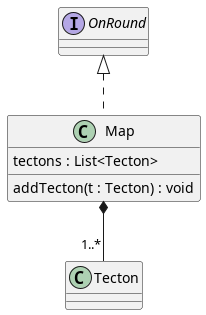
This is out/4/classes/map/map/map.png from Petya-G/fungorium, a PlantUML export, as it was before one commit. Its diagram source:
```plantuml
@startuml map

Map *-- "1..*" Tecton
class Map implements OnRound{
    tectons : List<Tecton>
    addTecton(t : Tecton) : void
}

@enduml
```
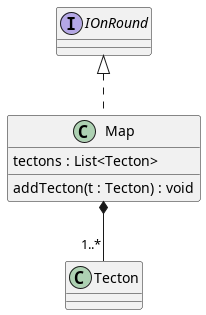
Later version of the same file.

Change to the diagram source:
```diff
@@ -1,7 +1,7 @@
 @startuml map
 
 Map *-- "1..*" Tecton
-class Map implements OnRound{
+class Map implements IOnRound{
     tectons : List<Tecton>
     addTecton(t : Tecton) : void
 }
```
